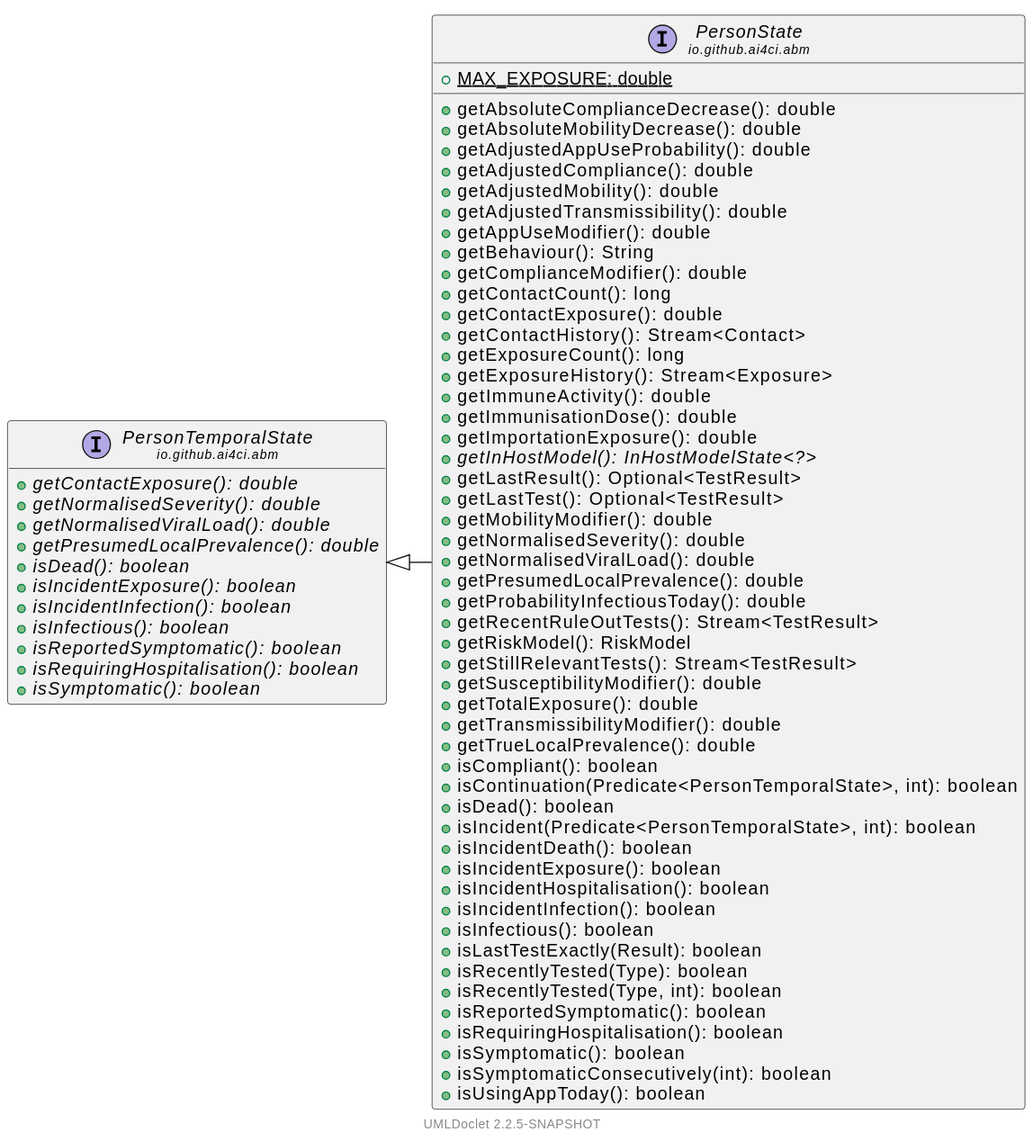
This is jpansim2-core/apidocs/io/github/ai4ci/abm/PersonState.svg from ai4ci/jpansim2, a PlantUML export, as it was before one commit.
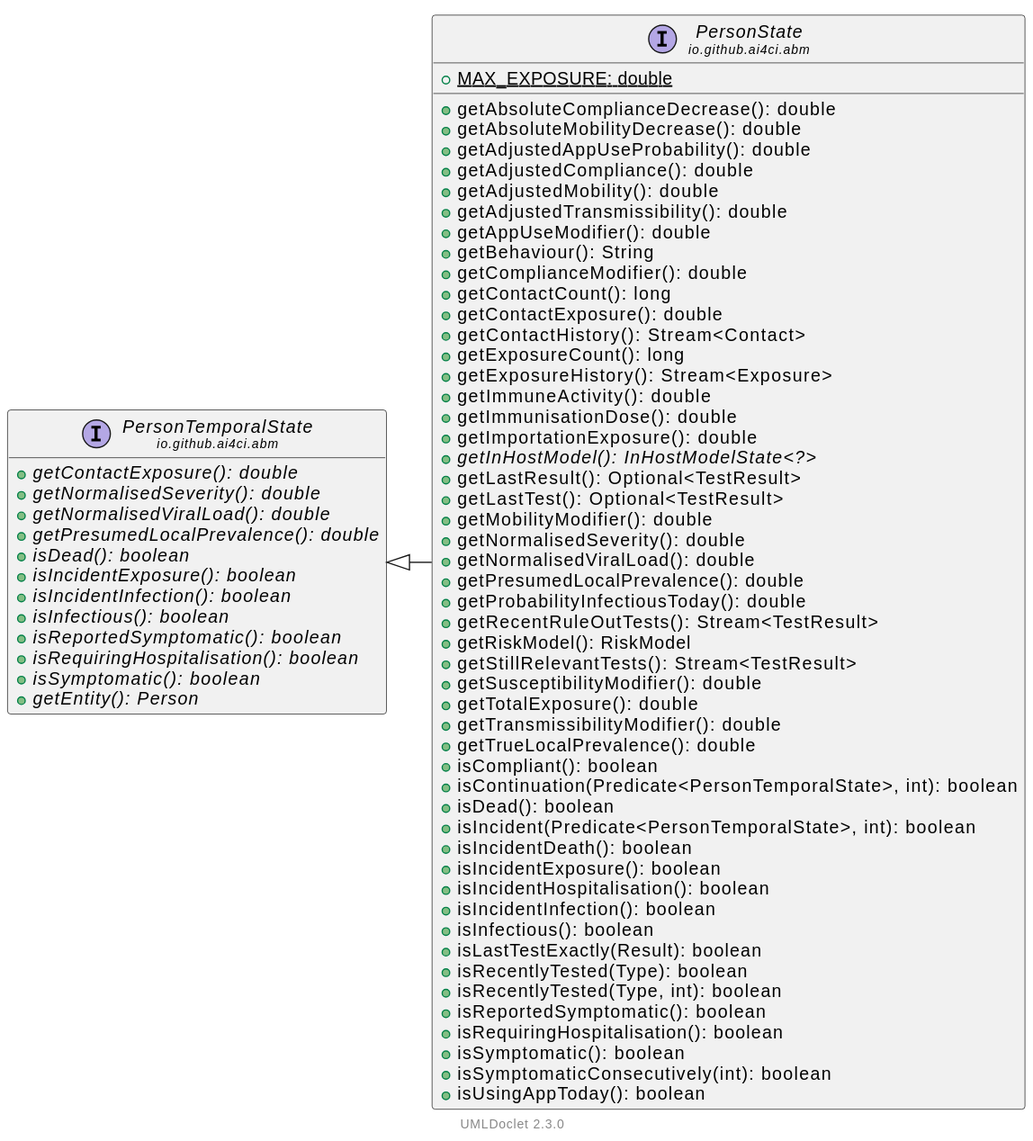
The same diagram one commit later.

What changed in the source:
```diff
@@ -1,87 +1,88 @@
 @startuml
 
 
-    !pragma layout smetana
-    left to right direction
+	!pragma layout smetana
+	left to right direction
 
-    set namespaceSeparator none
-    hide empty fields
-    hide empty methods
+	set namespaceSeparator none
+	hide empty fields
+	hide empty methods
 
-    interface "<size:14>PersonState\n<size:10>io.github.ai4ci.abm" as io.github.ai4ci.abm.PersonState [[PersonState.html]] {
-        {static} +MAX_EXPOSURE: double
-        +getAbsoluteComplianceDecrease(): double
-        +getAbsoluteMobilityDecrease(): double
-        +getAdjustedAppUseProbability(): double
-        +getAdjustedCompliance(): double
-        +getAdjustedMobility(): double
-        +getAdjustedTransmissibility(): double
-        +getAppUseModifier(): double
-        +getBehaviour(): String
-        +getComplianceModifier(): double
-        +getContactCount(): long
-        +getContactExposure(): double
-        +getContactHistory(): Stream<Contact>
-        +getExposureCount(): long
-        +getExposureHistory(): Stream<Exposure>
-        +getImmuneActivity(): double
-        +getImmunisationDose(): double
-        +getImportationExposure(): double
-        {abstract} +getInHostModel(): InHostModelState<?>
-        +getLastResult(): Optional<TestResult>
-        +getLastTest(): Optional<TestResult>
-        +getMobilityModifier(): double
-        +getNormalisedSeverity(): double
-        +getNormalisedViralLoad(): double
-        +getPresumedLocalPrevalence(): double
-        +getProbabilityInfectiousToday(): double
-        +getRecentRuleOutTests(): Stream<TestResult>
-        +getRiskModel(): RiskModel
-        +getStillRelevantTests(): Stream<TestResult>
-        +getSusceptibilityModifier(): double
-        +getTotalExposure(): double
-        +getTransmissibilityModifier(): double
-        +getTrueLocalPrevalence(): double
-        +isCompliant(): boolean
-        +isContinuation(Predicate<PersonTemporalState>, int): boolean
-        +isDead(): boolean
-        +isIncident(Predicate<PersonTemporalState>, int): boolean
-        +isIncidentDeath(): boolean
-        +isIncidentExposure(): boolean
-        +isIncidentHospitalisation(): boolean
-        +isIncidentInfection(): boolean
-        +isInfectious(): boolean
-        +isLastTestExactly(Result): boolean
-        +isRecentlyTested(Type): boolean
-        +isRecentlyTested(Type, int): boolean
-        +isReportedSymptomatic(): boolean
-        +isRequiringHospitalisation(): boolean
-        +isSymptomatic(): boolean
-        +isSymptomaticConsecutively(int): boolean
-        +isUsingAppToday(): boolean
-    }
+	interface "<size:14>PersonState\n<size:10>io.github.ai4ci.abm" as io.github.ai4ci.abm.PersonState [[PersonState.html]] {
+		{static} +MAX_EXPOSURE: double
+		+getAbsoluteComplianceDecrease(): double
+		+getAbsoluteMobilityDecrease(): double
+		+getAdjustedAppUseProbability(): double
+		+getAdjustedCompliance(): double
+		+getAdjustedMobility(): double
+		+getAdjustedTransmissibility(): double
+		+getAppUseModifier(): double
+		+getBehaviour(): String
+		+getComplianceModifier(): double
+		+getContactCount(): long
+		+getContactExposure(): double
+		+getContactHistory(): Stream<Contact>
+		+getExposureCount(): long
+		+getExposureHistory(): Stream<Exposure>
+		+getImmuneActivity(): double
+		+getImmunisationDose(): double
+		+getImportationExposure(): double
+		{abstract} +getInHostModel(): InHostModelState<?>
+		+getLastResult(): Optional<TestResult>
+		+getLastTest(): Optional<TestResult>
+		+getMobilityModifier(): double
+		+getNormalisedSeverity(): double
+		+getNormalisedViralLoad(): double
+		+getPresumedLocalPrevalence(): double
+		+getProbabilityInfectiousToday(): double
+		+getRecentRuleOutTests(): Stream<TestResult>
+		+getRiskModel(): RiskModel
+		+getStillRelevantTests(): Stream<TestResult>
+		+getSusceptibilityModifier(): double
+		+getTotalExposure(): double
+		+getTransmissibilityModifier(): double
+		+getTrueLocalPrevalence(): double
+		+isCompliant(): boolean
+		+isContinuation(Predicate<PersonTemporalState>, int): boolean
+		+isDead(): boolean
+		+isIncident(Predicate<PersonTemporalState>, int): boolean
+		+isIncidentDeath(): boolean
+		+isIncidentExposure(): boolean
+		+isIncidentHospitalisation(): boolean
+		+isIncidentInfection(): boolean
+		+isInfectious(): boolean
+		+isLastTestExactly(Result): boolean
+		+isRecentlyTested(Type): boolean
+		+isRecentlyTested(Type, int): boolean
+		+isReportedSymptomatic(): boolean
+		+isRequiringHospitalisation(): boolean
+		+isSymptomatic(): boolean
+		+isSymptomaticConsecutively(int): boolean
+		+isUsingAppToday(): boolean
+	}
 
-    interface "<size:14>PersonTemporalState\n<size:10>io.github.ai4ci.abm" as io.github.ai4ci.abm.PersonTemporalState [[PersonTemporalState.html]] {
-        {abstract} +getContactExposure(): double
-        {abstract} +getNormalisedSeverity(): double
-        {abstract} +getNormalisedViralLoad(): double
-        {abstract} +getPresumedLocalPrevalence(): double
-        {abstract} +isDead(): boolean
-        {abstract} +isIncidentExposure(): boolean
-        {abstract} +isIncidentInfection(): boolean
-        {abstract} +isInfectious(): boolean
-        {abstract} +isReportedSymptomatic(): boolean
-        {abstract} +isRequiringHospitalisation(): boolean
-        {abstract} +isSymptomatic(): boolean
-    }
+	interface "<size:14>PersonTemporalState\n<size:10>io.github.ai4ci.abm" as io.github.ai4ci.abm.PersonTemporalState [[PersonTemporalState.html]] {
+		{abstract} +getContactExposure(): double
+		{abstract} +getNormalisedSeverity(): double
+		{abstract} +getNormalisedViralLoad(): double
+		{abstract} +getPresumedLocalPrevalence(): double
+		{abstract} +isDead(): boolean
+		{abstract} +isIncidentExposure(): boolean
+		{abstract} +isIncidentInfection(): boolean
+		{abstract} +isInfectious(): boolean
+		{abstract} +isReportedSymptomatic(): boolean
+		{abstract} +isRequiringHospitalisation(): boolean
+		{abstract} +isSymptomatic(): boolean
+		{abstract} +getEntity(): Person
+	}
 
-    io.github.ai4ci.abm.PersonTemporalState <|-- io.github.ai4ci.abm.PersonState
+	io.github.ai4ci.abm.PersonTemporalState <|-- io.github.ai4ci.abm.PersonState
 
-    <style>
-        footer {
-            HyperLinkColor #8
-            HyperLinkUnderlineThickness 0
-        }
-    </style>
-    footer \n[[https://github.com/talsma-ict/umldoclet UMLDoclet 2.2.5-SNAPSHOT]]
+	<style>
+		footer {
+			HyperLinkColor #8
+			HyperLinkUnderlineThickness 0
+		}
+	</style>
+	footer \n[[https://github.com/talsma-ict/umldoclet UMLDoclet 2.3.0]]
 @enduml
```
